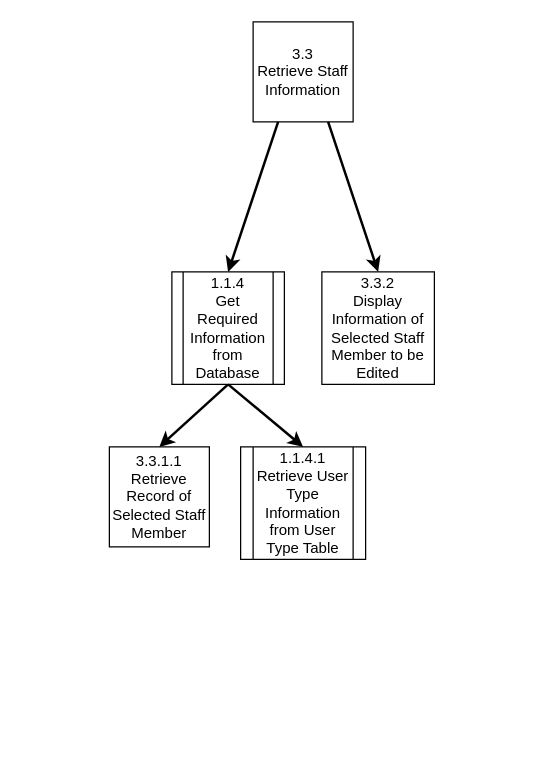
Earlier version of the draw.io diagram page "3.3: Retrieve Staff Information" (3 of 4) of Diagrams/StructureCharts/Proc3UpdateStaff.drawio (Harlento/SchedulingSystem). Source tidied: cells renumbered, new cells numbered last; positions are measured from the earlier drawing's top-left corner, leaving out a move shared by most shapes. Both pictures are drawn from the tidied source at 125%, with x=0, y=0 at pixel (109, 21).
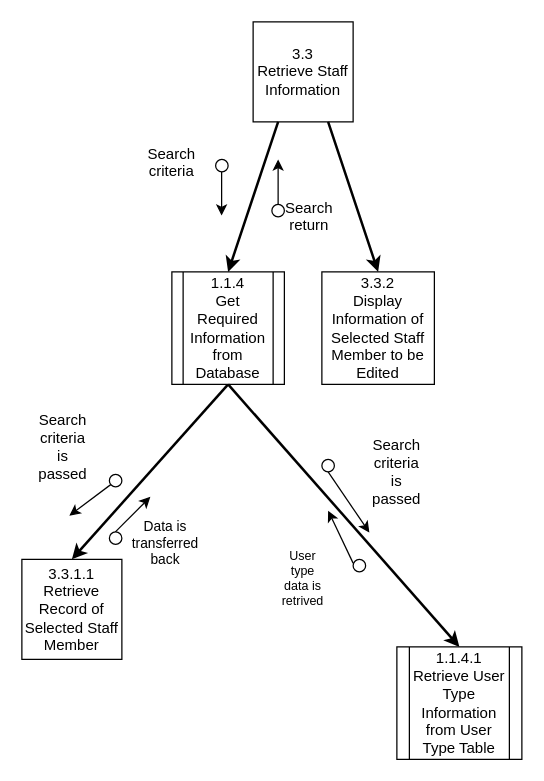
After the change.

The edit, as a diff of the source:
```diff
@@
     <mxCell id="8" value="3.3.1.1&lt;br&gt;Retrieve Record of Selected Staff Member" style="whiteSpace=wrap;html=1;" parent="1" vertex="1">
-      <mxGeometry y="340" width="80" height="80" as="geometry" />
+      <mxGeometry x="-70" y="430" width="80" height="80" as="geometry" />
     </mxCell>
     <mxCell id="9" value="1.1.4.1&lt;br&gt;Retrieve User Type Information from User Type Table" style="shape=process;whiteSpace=wrap;html=1;backgroundOutline=1;" parent="1" vertex="1">
-      <mxGeometry x="105" y="340" width="100" height="90" as="geometry" />
+      <mxGeometry x="230" y="500" width="100" height="90" as="geometry" />
     </mxCell>
@@
+    <mxCell id="11" style="endArrow=classic;html=1;" parent="1" edge="1">
+      <mxGeometry relative="1" as="geometry">
+        <mxPoint x="8" y="365" as="sourcePoint" />
+        <mxPoint x="-32" y="395" as="targetPoint" />
+      </mxGeometry>
+    </mxCell>
+    <mxCell id="12" style="ellipse;whiteSpace=wrap;html=1;" parent="1" vertex="1">
+      <mxGeometry y="362" width="10" height="10" as="geometry" />
+    </mxCell>
+    <mxCell id="13" value="&lt;div&gt;Search criteria&lt;/div&gt;&lt;div&gt;is passed&lt;br&gt; &lt;/div&gt;" style="text;html=1;strokeColor=none;fillColor=none;align=center;verticalAlign=middle;whiteSpace=wrap;rounded=0;" parent="1" vertex="1">
+      <mxGeometry x="-57" y="330" width="40" height="20" as="geometry" />
+    </mxCell>
+    <mxCell id="14" value="&lt;div style=&quot;font-size: 11px;&quot;&gt;Data is transferred back&lt;br style=&quot;font-size: 11px;&quot;&gt;&lt;/div&gt;" style="text;html=1;strokeColor=none;fillColor=none;align=center;verticalAlign=middle;whiteSpace=wrap;rounded=0;fontSize=11;" parent="1" vertex="1">
+      <mxGeometry x="30" y="408" width="30" height="17" as="geometry" />
+    </mxCell>
+    <mxCell id="15" style="endArrow=classic;html=1;" parent="1" edge="1">
+      <mxGeometry relative="1" as="geometry">
+        <mxPoint x="4.8" y="408" as="sourcePoint" />
+        <mxPoint x="32.8" y="380" as="targetPoint" />
+      </mxGeometry>
+    </mxCell>
+    <mxCell id="16" style="endArrow=classic;html=1;exitX=0.5;exitY=1;exitDx=0;exitDy=0;" parent="1" edge="1" source="17">
+      <mxGeometry relative="1" as="geometry">
+        <mxPoint x="208" y="408.5" as="targetPoint" />
+      </mxGeometry>
+    </mxCell>
+    <mxCell id="17" style="ellipse;whiteSpace=wrap;html=1;" parent="1" vertex="1">
+      <mxGeometry x="170" y="350" width="10" height="10" as="geometry" />
+    </mxCell>
+    <mxCell id="18" style="endArrow=classic;html=1;" parent="1" edge="1">
+      <mxGeometry relative="1" as="geometry">
+        <mxPoint x="195" y="433" as="sourcePoint" />
+        <mxPoint x="175" y="391" as="targetPoint" />
+      </mxGeometry>
+    </mxCell>
+    <mxCell id="19" value="User type data is retrived" style="text;html=1;strokeColor=none;fillColor=none;align=center;verticalAlign=middle;whiteSpace=wrap;rounded=0;fontSize=10;" parent="1" vertex="1">
+      <mxGeometry x="135" y="435" width="40" height="20" as="geometry" />
+    </mxCell>
+    <mxCell id="20" value="&lt;div&gt;Search criteria&lt;/div&gt;&lt;div&gt;is passed&lt;br&gt; &lt;/div&gt;" style="text;html=1;strokeColor=none;fillColor=none;align=center;verticalAlign=middle;whiteSpace=wrap;rounded=0;" parent="1" vertex="1">
+      <mxGeometry x="210" y="350" width="40" height="20" as="geometry" />
+    </mxCell>
+    <mxCell id="21" style="endArrow=classic;html=1;" parent="1" edge="1">
+      <mxGeometry relative="1" as="geometry">
+        <mxPoint x="135" y="146" as="sourcePoint" />
+        <mxPoint x="135" y="110" as="targetPoint" />
+      </mxGeometry>
+    </mxCell>
+    <mxCell id="22" style="endArrow=classic;html=1;" parent="1" edge="1">
+      <mxGeometry relative="1" as="geometry">
+        <mxPoint x="89.8" y="115" as="sourcePoint" />
+        <mxPoint x="89.8" y="155" as="targetPoint" />
+      </mxGeometry>
+    </mxCell>
+    <mxCell id="23" style="ellipse;whiteSpace=wrap;html=1;" parent="1" vertex="1">
+      <mxGeometry x="85" y="110" width="10" height="10" as="geometry" />
+    </mxCell>
+    <mxCell id="24" value="&lt;div&gt;Search criteria&lt;/div&gt;&lt;div&gt;&lt;br&gt; &lt;/div&gt;" style="text;html=1;strokeColor=none;fillColor=none;align=center;verticalAlign=middle;whiteSpace=wrap;rounded=0;" parent="1" vertex="1">
+      <mxGeometry x="30" y="110" width="40" height="20" as="geometry" />
+    </mxCell>
+    <mxCell id="25" value="&lt;div&gt;Search &lt;br&gt;&lt;/div&gt;&lt;div&gt;return&lt;br&gt;&lt;/div&gt;&lt;div&gt;&lt;br&gt; &lt;/div&gt;" style="text;html=1;strokeColor=none;fillColor=none;align=center;verticalAlign=middle;whiteSpace=wrap;rounded=0;" parent="1" vertex="1">
+      <mxGeometry x="140" y="153" width="40" height="20" as="geometry" />
+    </mxCell>
+    <mxCell id="26" style="ellipse;whiteSpace=wrap;html=1;" parent="1" vertex="1">
+      <mxGeometry x="195" y="430" width="10" height="10" as="geometry" />
+    </mxCell>
+    <mxCell id="27" style="ellipse;whiteSpace=wrap;html=1;" parent="1" vertex="1">
+      <mxGeometry y="408" width="10" height="10" as="geometry" />
+    </mxCell>
+    <mxCell id="28" style="ellipse;whiteSpace=wrap;html=1;" parent="1" vertex="1">
+      <mxGeometry x="130" y="146" width="10" height="10" as="geometry" />
+    </mxCell>
```
